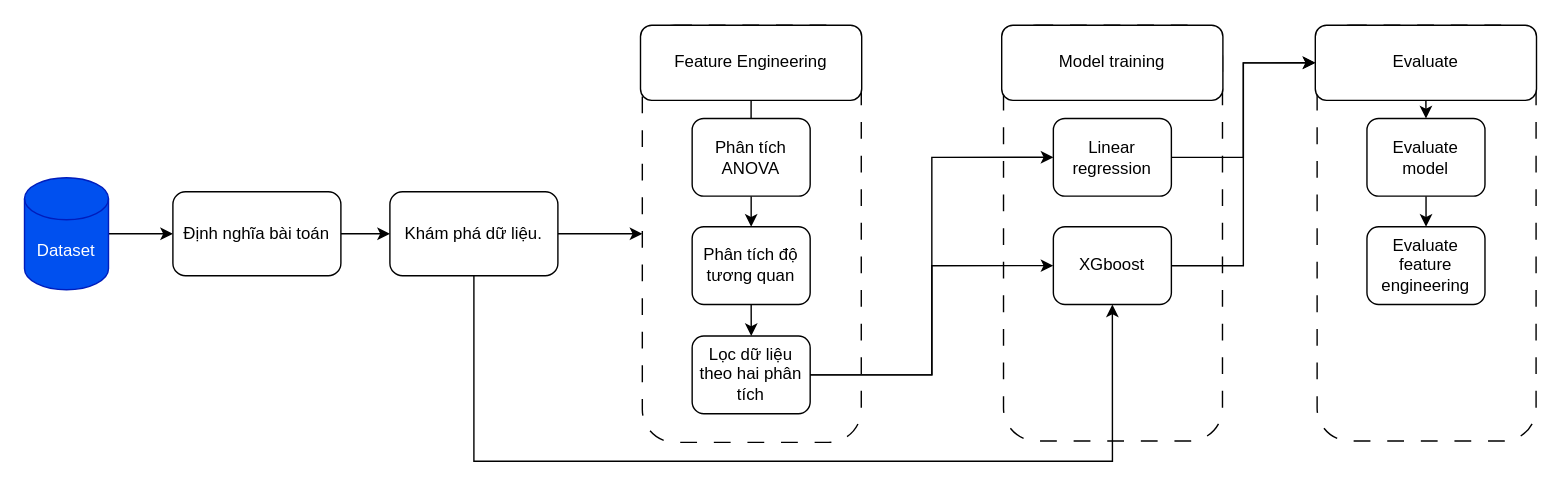
Above: zzz.drawio in ippapi/ml (draw.io), before the change. Source tidied: cells renumbered, new cells numbered last; positions are measured from the earlier drawing's top-left corner, leaving out a move shared by most shapes. Both pictures are drawn from the tidied source at 140%, with x=0, y=0 at pixel (24, 25).
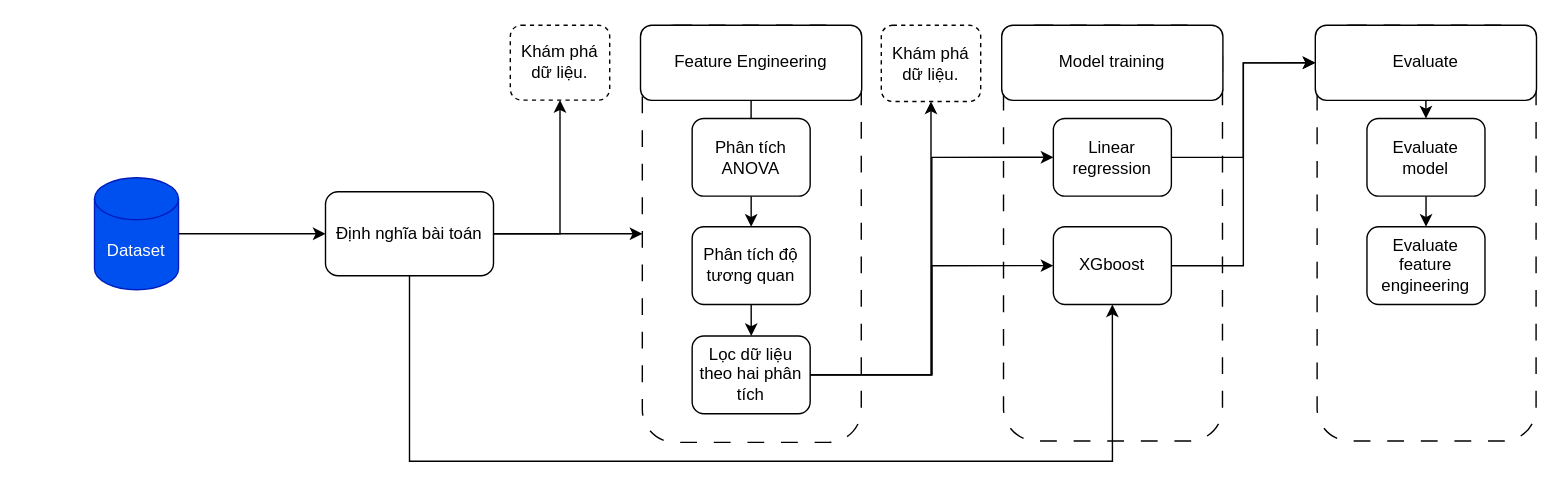
After the change.

The change refers to these unchanged cells:
```xml
<mxCell id="12" value="XGboost" style="rounded=1;whiteSpace=wrap;html=1;" parent="8" vertex="1">
  <mxGeometry x="36.9" y="144" width="84.3" height="55.5" as="geometry" />
</mxCell>
<mxCell id="14" style="rounded=1;whiteSpace=wrap;html=1;dashed=1;dashPattern=12 12;" parent="13" vertex="1">
  <mxGeometry x="1.3" width="156.4" height="298" as="geometry" />
</mxCell>
<mxCell id="21" value="Lọc dữ liệu theo hai phân tích" style="rounded=1;whiteSpace=wrap;html=1;" parent="13" vertex="1">
  <mxGeometry x="36.9" y="222" width="84.3" height="55.5" as="geometry" />
</mxCell>
```

What changed in the source:
```diff
@@
     <mxCell id="3" value="Dataset" style="shape=cylinder3;whiteSpace=wrap;html=1;boundedLbl=1;backgroundOutline=1;size=15;fillColor=#0050ef;strokeColor=#001DBC;fontColor=#ffffff;" parent="1" vertex="1">
-      <mxGeometry y="108.5" width="60" height="80" as="geometry" />
+      <mxGeometry x="50" y="108.5" width="60" height="80" as="geometry" />
     </mxCell>
-    <mxCell id="4" style="edgeStyle=orthogonalEdgeStyle;rounded=0;jettySize=auto;html=1;entryX=0;entryY=0.5;entryDx=0;entryDy=0;" parent="1" edge="1" source="5" target="14">
+    <mxCell id="4" style="edgeStyle=orthogonalEdgeStyle;rounded=0;jettySize=auto;html=1;entryX=0;entryY=0.5;entryDx=0;entryDy=0;exitX=1;exitY=0.5;exitDx=0;exitDy=0;" parent="1" edge="1" source="7" target="14">
       <mxGeometry relative="1" as="geometry" />
     </mxCell>
-    <mxCell id="5" value="Khám phá dữ liệu." style="rounded=1;whiteSpace=wrap;html=1;" parent="1" vertex="1">
-      <mxGeometry x="261" y="118.5" width="120" height="60" as="geometry" />
-    </mxCell>
-    <mxCell id="6" style="edgeStyle=orthogonalEdgeStyle;rounded=0;jettySize=auto;html=1;" parent="1" edge="1" source="7" target="5">
-      <mxGeometry relative="1" as="geometry" />
-    </mxCell>
+    <mxCell id="34" style="edgeStyle=orthogonalEdgeStyle;rounded=0;jettySize=auto;html=1;entryX=0.5;entryY=1;entryDx=0;entryDy=0;" parent="1" edge="1" source="7" target="35">
+      <mxGeometry relative="1" as="geometry" />
+    </mxCell>
     <mxCell id="7" value="Định nghĩa bài toán" style="rounded=1;whiteSpace=wrap;html=1;" parent="1" vertex="1">
-      <mxGeometry x="106" y="118.5" width="120" height="60" as="geometry" />
+      <mxGeometry x="215" y="118.5" width="120" height="60" as="geometry" />
     </mxCell>
@@
-    <mxCell id="24" style="edgeStyle=orthogonalEdgeStyle;rounded=0;jettySize=auto;html=1;entryX=0.5;entryY=1;entryDx=0;entryDy=0;" parent="1" edge="1" source="5" target="12">
+    <mxCell id="24" style="edgeStyle=orthogonalEdgeStyle;rounded=0;jettySize=auto;html=1;entryX=0.5;entryY=1;entryDx=0;entryDy=0;exitX=0.5;exitY=1;exitDx=0;exitDy=0;" parent="1" edge="1" source="7" target="12">
       <mxGeometry relative="1" as="geometry">
         <Array as="points">
-          <mxPoint x="321" y="311" />
+          <mxPoint x="275" y="311" />
           <mxPoint x="777" y="311" />
         </Array>
       </mxGeometry>
     </mxCell>
@@
+    <mxCell id="35" value="Khám phá dữ liệu." style="rounded=1;whiteSpace=wrap;html=1;dashed=1;" parent="1" vertex="1">
+      <mxGeometry x="347" y="-0.5" width="71" height="53.5" as="geometry" />
+    </mxCell>
+    <mxCell id="36" value="Khám phá dữ liệu." style="rounded=1;whiteSpace=wrap;html=1;dashed=1;" parent="1" vertex="1">
+      <mxGeometry x="612" y="-0.5" width="71" height="54.5" as="geometry" />
+    </mxCell>
+    <mxCell id="37" style="edgeStyle=orthogonalEdgeStyle;rounded=0;jettySize=auto;html=1;entryX=0.5;entryY=1;entryDx=0;entryDy=0;" parent="1" edge="1" source="21" target="36">
+      <mxGeometry relative="1" as="geometry" />
+    </mxCell>
```
